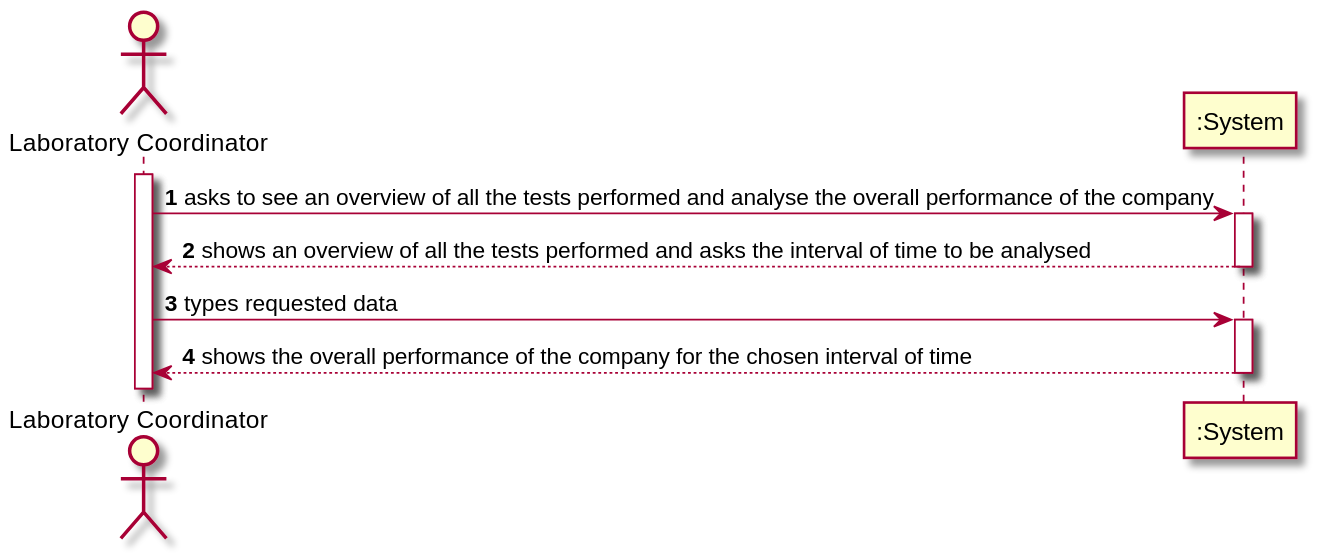
Before: docs/SprintD/US_16/US016_SSD.svg, a diagram exported from PlantUML (ana-albergaria/LAPR2-ISEP).
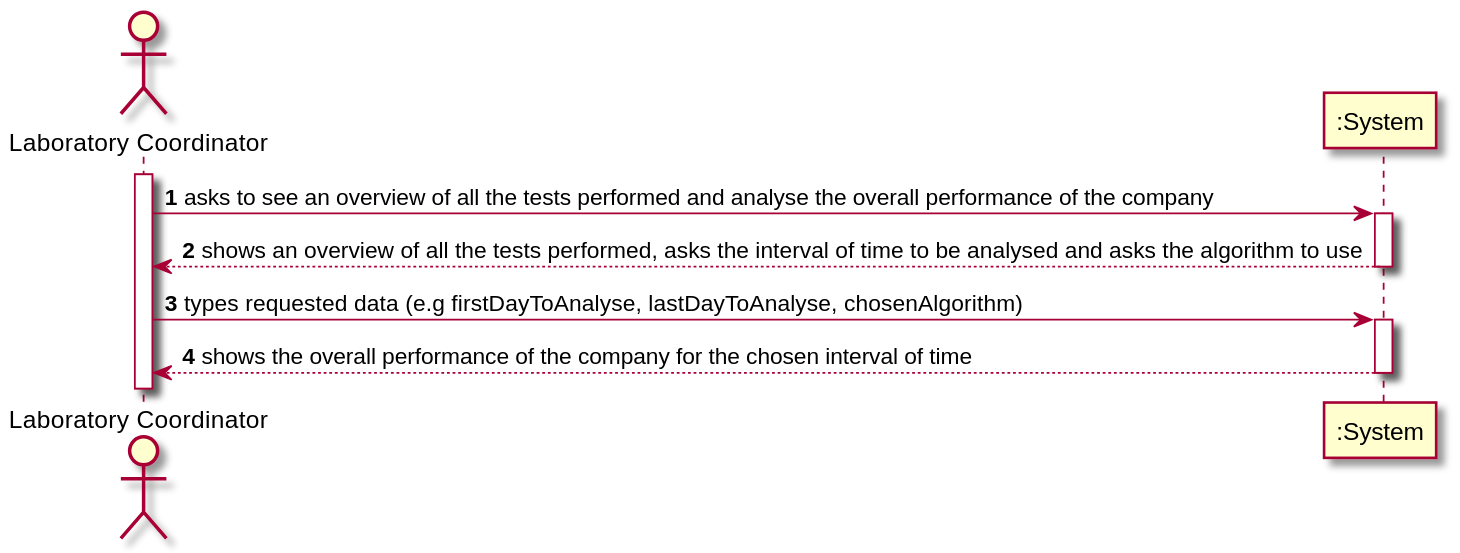
After the change.

Change to the diagram source:
```diff
@@ -5,10 +5,10 @@
 activate LC
 LC-> ":System" : asks to see an overview of all the tests performed and analyse the overall performance of the company
 activate ":System"
-":System" --> LC : shows an overview of all the tests performed and asks the interval of time to be analysed
+":System" --> LC : shows an overview of all the tests performed, asks the interval of time to be analysed and asks the algorithm to use
 deactivate ":System"
 
-LC-> ":System" : types requested data
+LC-> ":System" : types requested data (e.g firstDayToAnalyse, lastDayToAnalyse, chosenAlgorithm)
 activate ":System"
 ":System" --> LC : shows the overall performance of the company for the chosen interval of time
 deactivate ":System"
```
